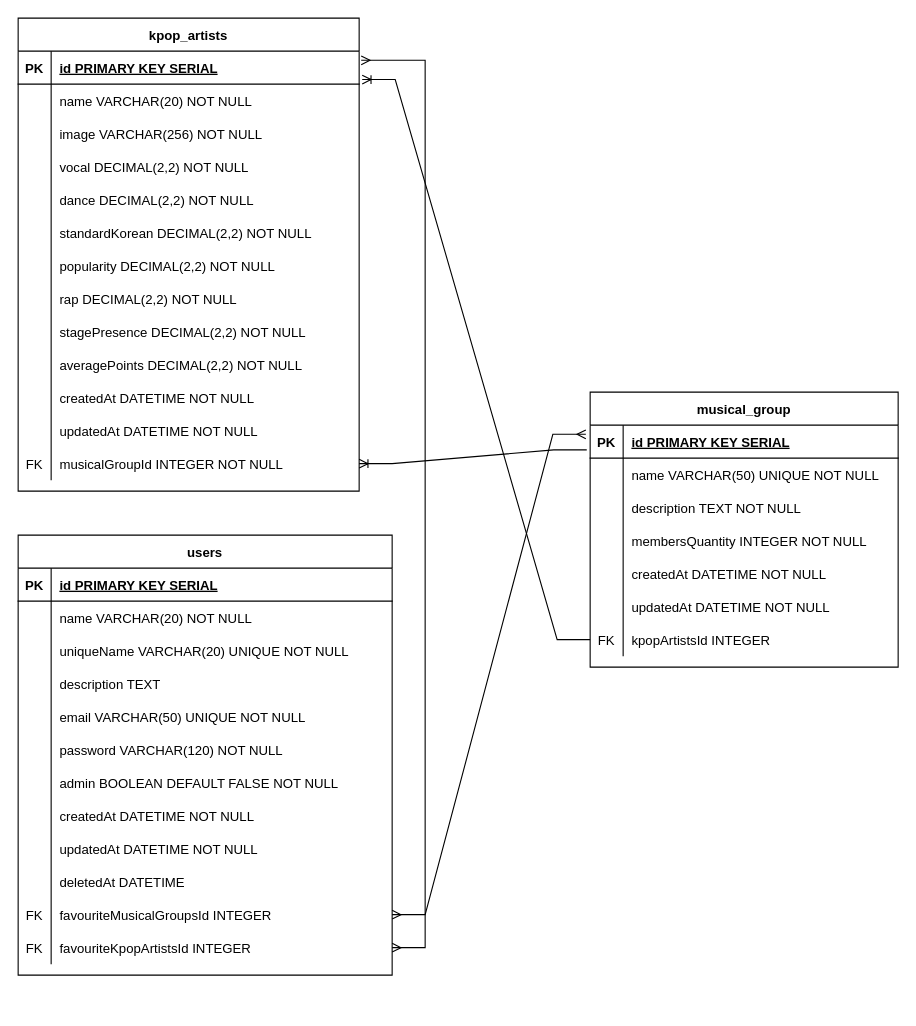
This is diagramaBackEnd.drawio from Lelouching/kpop-social-media-back-end, a draw.io file, before an edit. Source tidied: cells renumbered, new cells numbered last; positions are measured from the earlier drawing's top-left corner, leaving out a move shared by most shapes. Both pictures are drawn from the tidied source at 110%, with x=0, y=0 at pixel (18, 18).
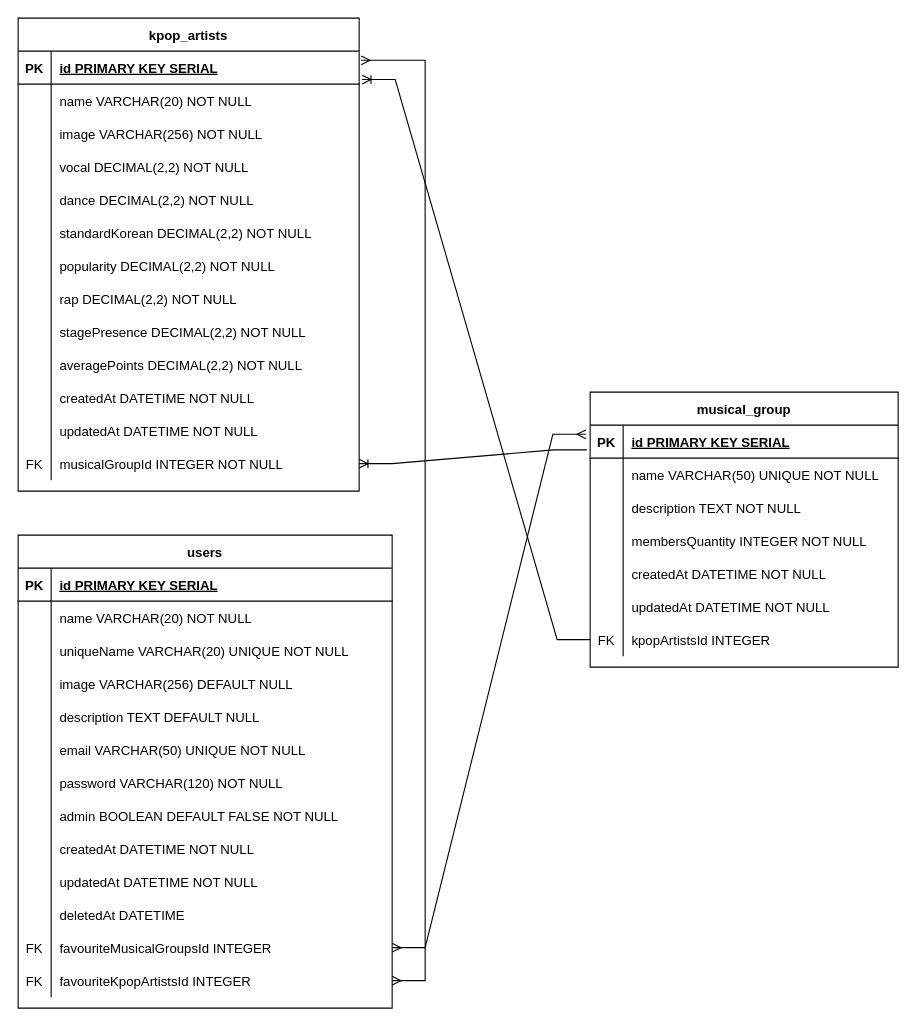
The same diagram, later.

Commit message:
change: changed diagrama to be equal entities

Diff of the diagram source:
```diff
@@
     <mxCell id="24" value="users" style="shape=table;startSize=30;childLayout=tableLayout;rowLines=0;fontStyle=1;align=center;labelBackgroundColor=none;" parent="1" vertex="1">
-      <mxGeometry y="470" width="340" height="400" as="geometry" />
+      <mxGeometry y="470" width="340" height="430" as="geometry" />
     </mxCell>
@@
+    <mxCell id="105" style="shape=partialRectangle;fillColor=none;top=0;left=0;right=0;bottom=0;labelBackgroundColor=none;" parent="24" vertex="1">
+      <mxGeometry y="120" width="340" height="30" as="geometry" />
+    </mxCell>
+    <mxCell id="106" style="shape=partialRectangle;overflow=hidden;fillColor=none;top=0;left=0;bottom=0;right=0;labelBackgroundColor=none;" parent="105" vertex="1">
+      <mxGeometry width="30" height="30" as="geometry" />
+    </mxCell>
+    <mxCell id="107" value="image VARCHAR(256) DEFAULT NULL" style="shape=partialRectangle;overflow=hidden;fillColor=none;top=0;left=0;bottom=0;right=0;align=left;spacingLeft=6;labelBackgroundColor=none;" parent="105" vertex="1">
+      <mxGeometry x="30" width="310" height="30" as="geometry" />
+    </mxCell>
     <mxCell id="34" style="shape=partialRectangle;fillColor=none;top=0;left=0;right=0;bottom=0;labelBackgroundColor=none;" parent="24" vertex="1">
-      <mxGeometry y="120" width="340" height="30" as="geometry" />
+      <mxGeometry y="150" width="340" height="30" as="geometry" />
     </mxCell>
@@
-    <mxCell id="36" value="description TEXT" style="shape=partialRectangle;overflow=hidden;fillColor=none;top=0;left=0;bottom=0;right=0;align=left;spacingLeft=6;labelBackgroundColor=none;" parent="34" vertex="1">
+    <mxCell id="36" value="description TEXT DEFAULT NULL" style="shape=partialRectangle;overflow=hidden;fillColor=none;top=0;left=0;bottom=0;right=0;align=left;spacingLeft=6;labelBackgroundColor=none;" parent="34" vertex="1">
       <mxGeometry x="30" width="310" height="30" as="geometry" />
     </mxCell>
     <mxCell id="37" style="shape=partialRectangle;fillColor=none;top=0;left=0;right=0;bottom=0;labelBackgroundColor=none;" parent="24" vertex="1">
-      <mxGeometry y="150" width="340" height="30" as="geometry" />
+      <mxGeometry y="180" width="340" height="30" as="geometry" />
     </mxCell>
@@
     <mxCell id="40" style="shape=partialRectangle;fillColor=none;top=0;left=0;right=0;bottom=0;labelBackgroundColor=none;" parent="24" vertex="1">
-      <mxGeometry y="180" width="340" height="30" as="geometry" />
+      <mxGeometry y="210" width="340" height="30" as="geometry" />
     </mxCell>
@@
     <mxCell id="43" style="shape=partialRectangle;fillColor=none;top=0;left=0;right=0;bottom=0;labelBackgroundColor=none;" parent="24" vertex="1">
-      <mxGeometry y="210" width="340" height="30" as="geometry" />
+      <mxGeometry y="240" width="340" height="30" as="geometry" />
     </mxCell>
@@
     <mxCell id="46" style="shape=partialRectangle;fillColor=none;top=0;left=0;right=0;bottom=0;labelBackgroundColor=none;" parent="24" vertex="1">
-      <mxGeometry y="240" width="340" height="30" as="geometry" />
+      <mxGeometry y="270" width="340" height="30" as="geometry" />
     </mxCell>
@@
     <mxCell id="49" style="shape=partialRectangle;fillColor=none;top=0;left=0;right=0;bottom=0;labelBackgroundColor=none;" parent="24" vertex="1">
-      <mxGeometry y="270" width="340" height="30" as="geometry" />
+      <mxGeometry y="300" width="340" height="30" as="geometry" />
     </mxCell>
@@
     <mxCell id="52" style="shape=partialRectangle;fillColor=none;top=0;left=0;right=0;bottom=0;labelBackgroundColor=none;" parent="24" vertex="1">
-      <mxGeometry y="300" width="340" height="30" as="geometry" />
+      <mxGeometry y="330" width="340" height="30" as="geometry" />
     </mxCell>
@@
     <mxCell id="55" style="shape=partialRectangle;fillColor=none;points=[[0,0.5],[1,0.5]];portConstraint=eastwest;top=0;left=0;right=0;bottom=0;labelBackgroundColor=none;" parent="24" vertex="1">
-      <mxGeometry y="330" width="340" height="30" as="geometry" />
+      <mxGeometry y="360" width="340" height="30" as="geometry" />
     </mxCell>
@@
     <mxCell id="58" style="shape=partialRectangle;fillColor=none;points=[[0,0.5],[1,0.5]];portConstraint=eastwest;top=0;left=0;right=0;bottom=0;labelBackgroundColor=none;" parent="24" vertex="1">
-      <mxGeometry y="360" width="340" height="30" as="geometry" />
+      <mxGeometry y="390" width="340" height="30" as="geometry" />
     </mxCell>
```
